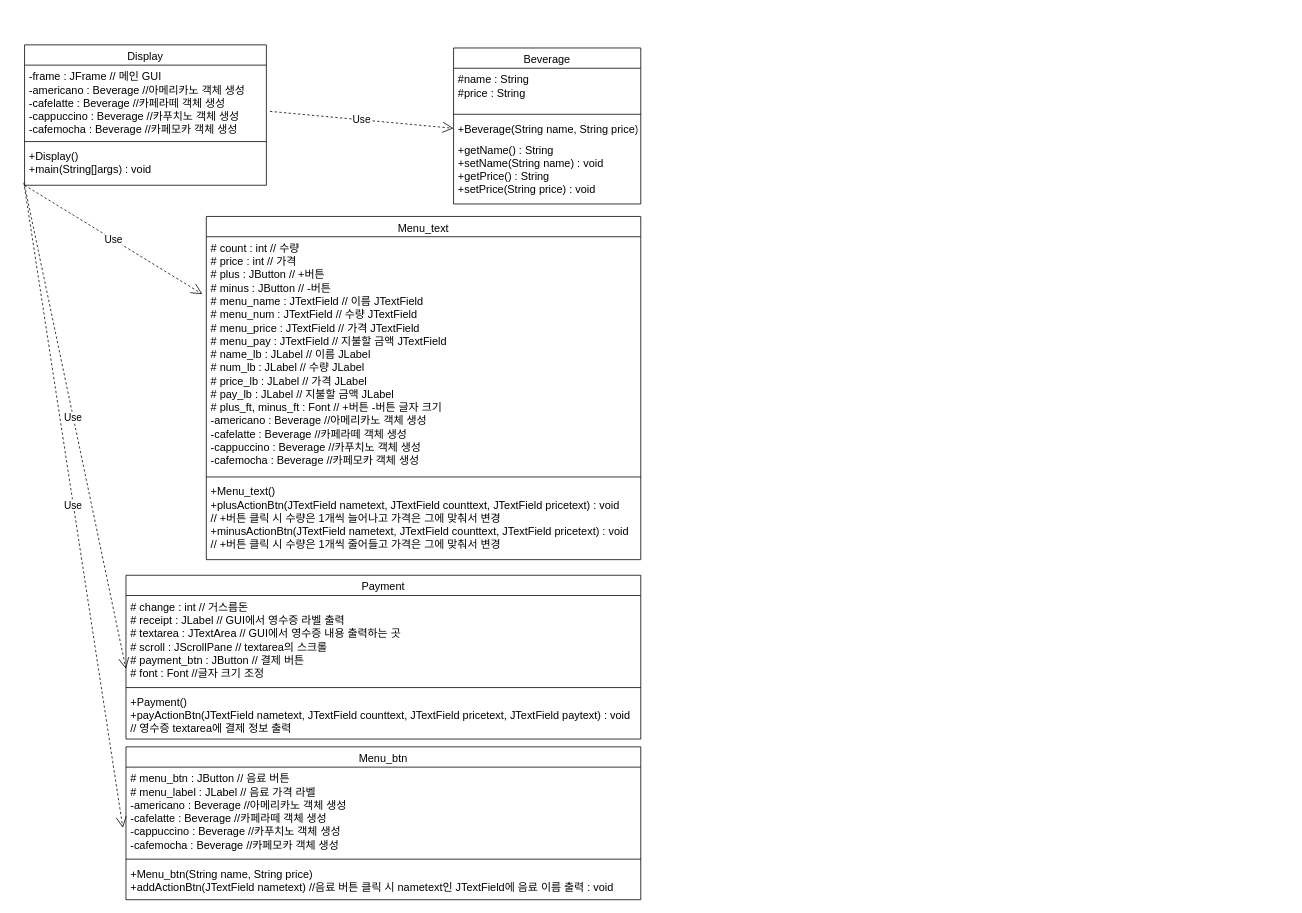
Above: Untitled Diagram.drawio in ans2568/Messenger (draw.io), before the change. Source tidied: cells renumbered, new cells numbered last; positions are measured from the earlier drawing's top-left corner, leaving out a move shared by most shapes. Both pictures are drawn from the tidied source at 78%, with x=0, y=0 at pixel (24, 44).
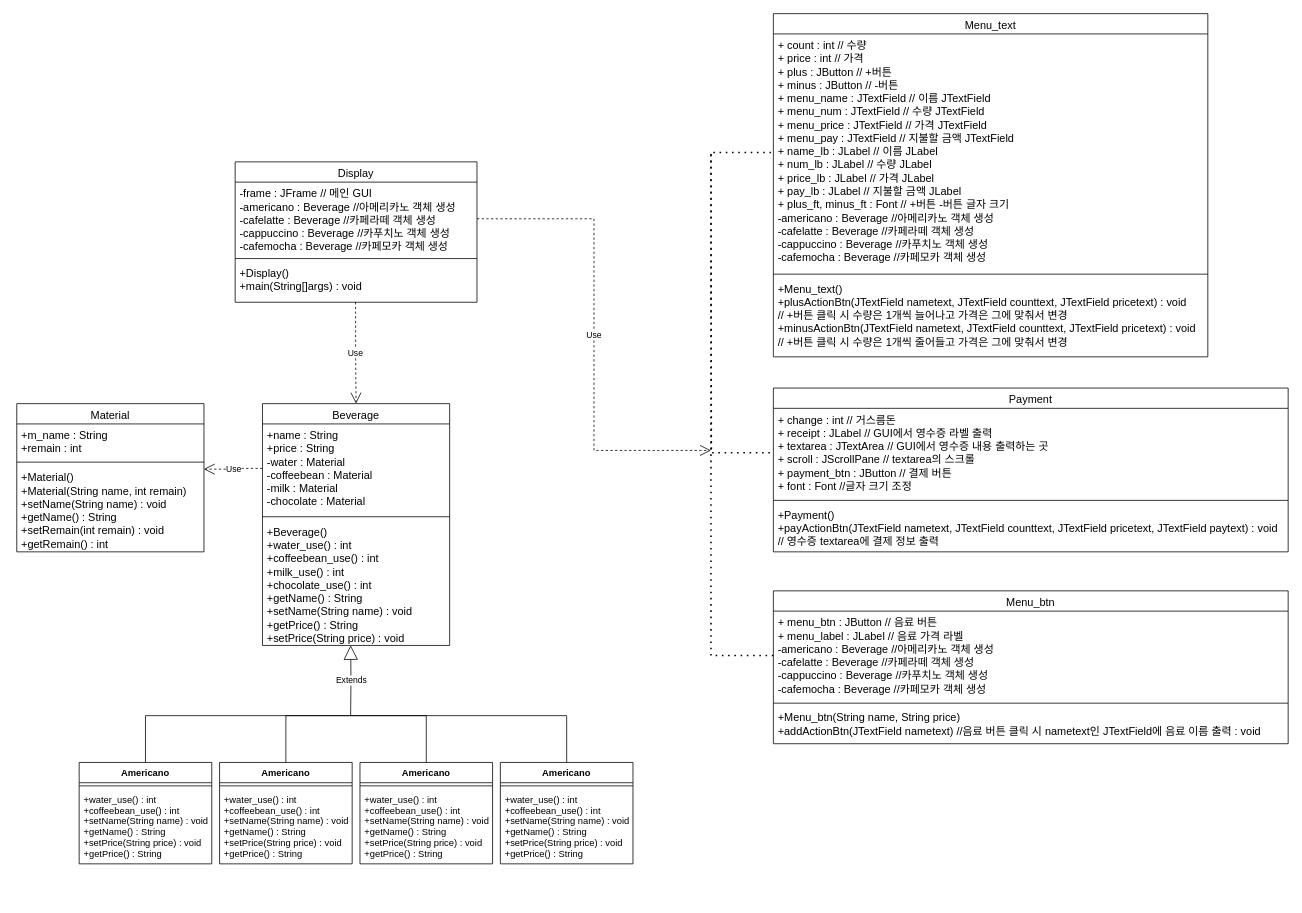
The same page after the edit.

Unchanged cells that the change refers to:
```xml
<mxCell id="8" value="-frame : JFrame // 메인 GUI&#10;-americano : Beverage //아메리카노 객체 생성&#10;-cafelatte : Beverage //카페라떼 객체 생성&#10;-cappuccino : Beverage //카푸치노 객체 생성&#10;-cafemocha : Beverage //카페모카 객체 생성" style="text;align=left;verticalAlign=top;spacingLeft=4;spacingRight=4;overflow=hidden;points=[[0,0.5],[1,0.5]];portConstraint=eastwest;fontSize=14;" parent="7" vertex="1">
  <mxGeometry y="26" width="310" height="94" as="geometry" />
</mxCell>
<mxCell id="10" value="+Display()&#10;+main(String[]args) : void" style="text;strokeColor=none;fillColor=none;align=left;verticalAlign=top;spacingLeft=4;spacingRight=4;overflow=hidden;points=[[0,0.5],[1,0.5]];portConstraint=eastwest;fontSize=14;" parent="7" vertex="1">
  <mxGeometry y="128" width="310" height="52" as="geometry" />
</mxCell>
```

Change to the diagram source:
```diff
@@
     <mxCell id="2" value="Beverage" style="swimlane;fontStyle=0;align=center;verticalAlign=top;horizontal=1;startSize=26;rounded=0;shadow=0;strokeWidth=1;fontSize=14;" parent="1" vertex="1">
-      <mxGeometry x="550" y="4" width="240" height="200" as="geometry" />
+      <mxGeometry x="305" y="460" width="240" height="310" as="geometry" />
     </mxCell>
-    <mxCell id="3" value="#name : String&#10;#price : String&#10;" style="text;align=left;verticalAlign=top;spacingLeft=4;spacingRight=4;overflow=hidden;points=[[0,0.5],[1,0.5]];portConstraint=eastwest;fontSize=14;" parent="2" vertex="1">
-      <mxGeometry y="26" width="240" height="54" as="geometry" />
+    <mxCell id="3" value="+name : String&#10;+price : String&#10;-water : Material&#10;-coffeebean : Material&#10;-milk : Material&#10;-chocolate : Material" style="text;align=left;verticalAlign=top;spacingLeft=4;spacingRight=4;overflow=hidden;points=[[0,0.5],[1,0.5]];portConstraint=eastwest;fontSize=14;" parent="2" vertex="1">
+      <mxGeometry y="26" width="240" height="114" as="geometry" />
     </mxCell>
     <mxCell id="4" style="line;html=1;strokeWidth=1;align=left;verticalAlign=middle;spacingTop=-1;spacingLeft=3;spacingRight=3;labelPosition=right;fontSize=14;" parent="2" vertex="1">
-      <mxGeometry y="80" width="240" height="10" as="geometry" />
+      <mxGeometry y="140" width="240" height="10" as="geometry" />
     </mxCell>
-    <mxCell id="5" value="+Beverage(String name, String price)" style="text;align=left;verticalAlign=top;spacingLeft=4;spacingRight=4;overflow=hidden;points=[[0,0.5],[1,0.5]];portConstraint=eastwest;fontSize=14;" parent="2" vertex="1">
-      <mxGeometry y="90" width="240" height="26" as="geometry" />
-    </mxCell>
-    <mxCell id="6" value="+getName() : String&#10;+setName(String name) : void&#10;+getPrice() : String&#10;+setPrice(String price) : void" style="text;align=left;verticalAlign=top;spacingLeft=4;spacingRight=4;overflow=hidden;points=[[0,0.5],[1,0.5]];portConstraint=eastwest;fontSize=14;" parent="2" vertex="1">
-      <mxGeometry y="116" width="240" height="76" as="geometry" />
+    <mxCell id="6" value="+Beverage()&#10;+water_use() : int&#10;+coffeebean_use() : int&#10;+milk_use() : int&#10;+chocolate_use() : int&#10;+getName() : String&#10;+setName(String name) : void&#10;+getPrice() : String&#10;+setPrice(String price) : void" style="text;align=left;verticalAlign=top;spacingLeft=4;spacingRight=4;overflow=hidden;points=[[0,0.5],[1,0.5]];portConstraint=eastwest;fontSize=14;" parent="2" vertex="1">
+      <mxGeometry y="150" width="240" height="160" as="geometry" />
     </mxCell>
     <mxCell id="7" value="Display" style="swimlane;fontStyle=0;align=center;verticalAlign=top;horizontal=1;startSize=26;rounded=0;shadow=0;strokeWidth=1;fontSize=14;" parent="1" vertex="1">
-      <mxGeometry width="310" height="180" as="geometry" />
+      <mxGeometry x="270" y="150" width="310" height="180" as="geometry" />
     </mxCell>
@@
     <mxCell id="11" value="Payment" style="swimlane;fontStyle=0;align=center;verticalAlign=top;horizontal=1;startSize=26;rounded=0;shadow=0;strokeWidth=1;fontSize=14;" parent="1" vertex="1">
-      <mxGeometry x="130" y="680" width="660" height="210" as="geometry" />
+      <mxGeometry x="960" y="440" width="660" height="210" as="geometry" />
     </mxCell>
-    <mxCell id="12" value="# change : int // 거스름돈&#10;# receipt : JLabel // GUI에서 영수증 라벨 출력&#10;# textarea : JTextArea // GUI에서 영수증 내용 출력하는 곳&#10;# scroll : JScrollPane // textarea의 스크롤&#10;# payment_btn : JButton // 결제 버튼&#10;# font : Font //글자 크기 조정" style="text;align=left;verticalAlign=top;spacingLeft=4;spacingRight=4;overflow=hidden;points=[[0,0.5],[1,0.5]];portConstraint=eastwest;fontSize=14;" parent="11" vertex="1">
+    <mxCell id="12" value="+ change : int // 거스름돈&#10;+ receipt : JLabel // GUI에서 영수증 라벨 출력&#10;+ textarea : JTextArea // GUI에서 영수증 내용 출력하는 곳&#10;+ scroll : JScrollPane // textarea의 스크롤&#10;+ payment_btn : JButton // 결제 버튼&#10;+ font : Font //글자 크기 조정" style="text;align=left;verticalAlign=top;spacingLeft=4;spacingRight=4;overflow=hidden;points=[[0,0.5],[1,0.5]];portConstraint=eastwest;fontSize=14;" parent="11" vertex="1">
       <mxGeometry y="26" width="660" height="114" as="geometry" />
     </mxCell>
@@
-    <mxCell id="15" value="Use" style="endArrow=open;endSize=12;dashed=1;html=1;fontSize=13;exitX=1.015;exitY=0.631;exitDx=0;exitDy=0;entryX=0;entryY=0.5;entryDx=0;entryDy=0;exitPerimeter=0;" parent="1" edge="1" source="8" target="5">
-      <mxGeometry relative="1" as="geometry" />
-    </mxCell>
     <mxCell id="16" value="Menu_btn" style="swimlane;fontStyle=0;align=center;verticalAlign=top;horizontal=1;startSize=26;rounded=0;shadow=0;strokeWidth=1;fontSize=14;" parent="1" vertex="1">
-      <mxGeometry x="130" y="900" width="660" height="196" as="geometry" />
+      <mxGeometry x="960" y="700" width="660" height="196" as="geometry" />
     </mxCell>
-    <mxCell id="17" value="# menu_btn : JButton // 음료 버튼&#10;# menu_label : JLabel // 음료 가격 라벨&#10;-americano : Beverage //아메리카노 객체 생성&#10;-cafelatte : Beverage //카페라떼 객체 생성&#10;-cappuccino : Beverage //카푸치노 객체 생성&#10;-cafemocha : Beverage //카페모카 객체 생성" style="text;align=left;verticalAlign=top;spacingLeft=4;spacingRight=4;overflow=hidden;points=[[0,0.5],[1,0.5]];portConstraint=eastwest;fontSize=14;" parent="16" vertex="1">
+    <mxCell id="17" value="+ menu_btn : JButton // 음료 버튼&#10;+ menu_label : JLabel // 음료 가격 라벨&#10;-americano : Beverage //아메리카노 객체 생성&#10;-cafelatte : Beverage //카페라떼 객체 생성&#10;-cappuccino : Beverage //카푸치노 객체 생성&#10;-cafemocha : Beverage //카페모카 객체 생성" style="text;align=left;verticalAlign=top;spacingLeft=4;spacingRight=4;overflow=hidden;points=[[0,0.5],[1,0.5]];portConstraint=eastwest;fontSize=14;" parent="16" vertex="1">
       <mxGeometry y="26" width="660" height="114" as="geometry" />
     </mxCell>
@@
     <mxCell id="20" value="Menu_text" style="swimlane;fontStyle=0;align=center;verticalAlign=top;horizontal=1;startSize=26;rounded=0;shadow=0;strokeWidth=1;fontSize=14;" parent="1" vertex="1">
-      <mxGeometry x="233" y="220" width="557" height="440" as="geometry" />
+      <mxGeometry x="960" y="-40" width="557" height="440" as="geometry" />
     </mxCell>
-    <mxCell id="21" value="# count : int // 수량&#10;# price : int // 가격&#10;# plus : JButton // +버튼&#10;# minus : JButton // -버튼&#10;# menu_name : JTextField // 이름 JTextField&#10;# menu_num : JTextField // 수량 JTextField&#10;# menu_price : JTextField // 가격 JTextField&#10;# menu_pay : JTextField // 지불할 금액 JTextField&#10;# name_lb : JLabel // 이름 JLabel&#10;# num_lb : JLabel // 수량 JLabel&#10;# price_lb : JLabel // 가격 JLabel&#10;# pay_lb : JLabel // 지불할 금액 JLabel&#10;# plus_ft, minus_ft : Font // +버튼 -버튼 글자 크기&#10;-americano : Beverage //아메리카노 객체 생성&#10;-cafelatte : Beverage //카페라떼 객체 생성&#10;-cappuccino : Beverage //카푸치노 객체 생성&#10;-cafemocha : Beverage //카페모카 객체 생성" style="text;align=left;verticalAlign=top;spacingLeft=4;spacingRight=4;overflow=hidden;points=[[0,0.5],[1,0.5]];portConstraint=eastwest;fontSize=14;" parent="20" vertex="1">
+    <mxCell id="21" value="+ count : int // 수량&#10;+ price : int // 가격&#10;+ plus : JButton // +버튼&#10;+ minus : JButton // -버튼&#10;+ menu_name : JTextField // 이름 JTextField&#10;+ menu_num : JTextField // 수량 JTextField&#10;+ menu_price : JTextField // 가격 JTextField&#10;+ menu_pay : JTextField // 지불할 금액 JTextField&#10;+ name_lb : JLabel // 이름 JLabel&#10;+ num_lb : JLabel // 수량 JLabel&#10;+ price_lb : JLabel // 가격 JLabel&#10;+ pay_lb : JLabel // 지불할 금액 JLabel&#10;+ plus_ft, minus_ft : Font // +버튼 -버튼 글자 크기&#10;-americano : Beverage //아메리카노 객체 생성&#10;-cafelatte : Beverage //카페라떼 객체 생성&#10;-cappuccino : Beverage //카푸치노 객체 생성&#10;-cafemocha : Beverage //카페모카 객체 생성" style="text;align=left;verticalAlign=top;spacingLeft=4;spacingRight=4;overflow=hidden;points=[[0,0.5],[1,0.5]];portConstraint=eastwest;fontSize=14;" parent="20" vertex="1">
       <mxGeometry y="26" width="557" height="304" as="geometry" />
     </mxCell>
@@
-    <mxCell id="24" value="Use" style="endArrow=open;endSize=12;dashed=1;html=1;fontSize=13;entryX=-0.009;entryY=0.242;entryDx=0;entryDy=0;entryPerimeter=0;" parent="1" edge="1" target="21">
-      <mxGeometry relative="1" as="geometry">
-        <mxPoint y="180" as="sourcePoint" />
-      </mxGeometry>
-    </mxCell>
-    <mxCell id="25" value="Use" style="endArrow=open;endSize=12;dashed=1;html=1;fontSize=13;entryX=-0.006;entryY=0.683;entryDx=0;entryDy=0;entryPerimeter=0;exitX=-0.003;exitY=0.937;exitDx=0;exitDy=0;exitPerimeter=0;" parent="1" edge="1" source="10" target="17">
-      <mxGeometry relative="1" as="geometry" />
-    </mxCell>
-    <mxCell id="26" value="Use" style="endArrow=open;endSize=12;dashed=1;html=1;fontSize=13;entryX=0;entryY=0.825;entryDx=0;entryDy=0;entryPerimeter=0;" parent="1" edge="1" target="12">
-      <mxGeometry x="-0.04" relative="1" as="geometry">
-        <mxPoint y="180" as="sourcePoint" />
-      </mxGeometry>
-    </mxCell>
+    <mxCell id="27" value="Americano" style="swimlane;fontStyle=1;align=center;verticalAlign=top;horizontal=1;startSize=26;" parent="1" vertex="1">
+      <mxGeometry x="70" y="920" width="170" height="130" as="geometry" />
+    </mxCell>
+    <mxCell id="28" style="line;strokeWidth=1;fillColor=none;align=left;verticalAlign=middle;spacingTop=-1;spacingLeft=3;spacingRight=3;labelPosition=right;" parent="27" vertex="1">
+      <mxGeometry y="26" width="170" height="8" as="geometry" />
+    </mxCell>
+    <mxCell id="29" value="+water_use() : int&#10;+coffeebean_use() : int&#10;+setName(String name) : void&#10;+getName() : String&#10;+setPrice(String price) : void&#10;+getPrice() : String" style="text;strokeColor=none;fillColor=none;align=left;verticalAlign=top;spacingLeft=4;spacingRight=4;overflow=hidden;" parent="27" vertex="1">
+      <mxGeometry y="34" width="170" height="96" as="geometry" />
+    </mxCell>
+    <mxCell id="30" value="Americano" style="swimlane;fontStyle=1;align=center;verticalAlign=top;horizontal=1;startSize=26;" parent="1" vertex="1">
+      <mxGeometry x="250" y="920" width="170" height="130" as="geometry" />
+    </mxCell>
+    <mxCell id="31" style="line;strokeWidth=1;fillColor=none;align=left;verticalAlign=middle;spacingTop=-1;spacingLeft=3;spacingRight=3;labelPosition=right;" parent="30" vertex="1">
+      <mxGeometry y="26" width="170" height="8" as="geometry" />
+    </mxCell>
+    <mxCell id="32" value="+water_use() : int&#10;+coffeebean_use() : int&#10;+setName(String name) : void&#10;+getName() : String&#10;+setPrice(String price) : void&#10;+getPrice() : String" style="text;strokeColor=none;fillColor=none;align=left;verticalAlign=top;spacingLeft=4;spacingRight=4;overflow=hidden;" parent="30" vertex="1">
+      <mxGeometry y="34" width="170" height="96" as="geometry" />
+    </mxCell>
+    <mxCell id="33" value="Americano" style="swimlane;fontStyle=1;align=center;verticalAlign=top;horizontal=1;startSize=26;" parent="1" vertex="1">
+      <mxGeometry x="430" y="920" width="170" height="130" as="geometry" />
+    </mxCell>
+    <mxCell id="34" style="line;strokeWidth=1;fillColor=none;align=left;verticalAlign=middle;spacingTop=-1;spacingLeft=3;spacingRight=3;labelPosition=right;" parent="33" vertex="1">
+      <mxGeometry y="26" width="170" height="8" as="geometry" />
+    </mxCell>
+    <mxCell id="35" value="+water_use() : int&#10;+coffeebean_use() : int&#10;+setName(String name) : void&#10;+getName() : String&#10;+setPrice(String price) : void&#10;+getPrice() : String" style="text;strokeColor=none;fillColor=none;align=left;verticalAlign=top;spacingLeft=4;spacingRight=4;overflow=hidden;" parent="33" vertex="1">
+      <mxGeometry y="34" width="170" height="96" as="geometry" />
+    </mxCell>
+    <mxCell id="36" value="Americano" style="swimlane;fontStyle=1;align=center;verticalAlign=top;horizontal=1;startSize=26;" parent="1" vertex="1">
+      <mxGeometry x="610" y="920" width="170" height="130" as="geometry" />
+    </mxCell>
+    <mxCell id="37" style="line;strokeWidth=1;fillColor=none;align=left;verticalAlign=middle;spacingTop=-1;spacingLeft=3;spacingRight=3;labelPosition=right;" parent="36" vertex="1">
+      <mxGeometry y="26" width="170" height="8" as="geometry" />
+    </mxCell>
+    <mxCell id="38" value="+water_use() : int&#10;+coffeebean_use() : int&#10;+setName(String name) : void&#10;+getName() : String&#10;+setPrice(String price) : void&#10;+getPrice() : String" style="text;strokeColor=none;fillColor=none;align=left;verticalAlign=top;spacingLeft=4;spacingRight=4;overflow=hidden;" parent="36" vertex="1">
+      <mxGeometry y="34" width="170" height="96" as="geometry" />
+    </mxCell>
+    <mxCell id="39" value="Material" style="swimlane;fontStyle=0;align=center;verticalAlign=top;horizontal=1;startSize=26;rounded=0;shadow=0;strokeWidth=1;fontSize=14;" parent="1" vertex="1">
+      <mxGeometry x="-10" y="460" width="240" height="190" as="geometry" />
+    </mxCell>
+    <mxCell id="40" value="+m_name : String&#10;+remain : int" style="text;align=left;verticalAlign=top;spacingLeft=4;spacingRight=4;overflow=hidden;fontSize=14;" parent="39" vertex="1">
+      <mxGeometry y="26" width="240" height="44" as="geometry" />
+    </mxCell>
+    <mxCell id="41" style="line;html=1;strokeWidth=1;align=left;verticalAlign=middle;spacingTop=-1;spacingLeft=3;spacingRight=3;labelPosition=right;fontSize=14;" parent="39" vertex="1">
+      <mxGeometry y="70" width="240" height="10" as="geometry" />
+    </mxCell>
+    <mxCell id="42" value="+Material()&#10;+Material(String name, int remain)&#10;+setName(String name) : void&#10;+getName() : String&#10;+setRemain(int remain) : void&#10;+getRemain() : int" style="text;align=left;verticalAlign=top;spacingLeft=4;spacingRight=4;overflow=hidden;points=[[0,0.5],[1,0.5]];portConstraint=eastwest;fontSize=14;" parent="39" vertex="1">
+      <mxGeometry y="80" width="240" height="110" as="geometry" />
+    </mxCell>
+    <mxCell id="43" value="Extends" style="endArrow=block;endSize=16;endFill=0;html=1;rounded=0;edgeStyle=orthogonalEdgeStyle;entryX=0.471;entryY=0.999;entryDx=0;entryDy=0;entryPerimeter=0;" parent="1" edge="1" target="6">
+      <mxGeometry relative="1" as="geometry">
+        <mxPoint x="418" y="860" as="sourcePoint" />
+      </mxGeometry>
+    </mxCell>
+    <mxCell id="44" style="endArrow=none;html=1;rounded=0;edgeStyle=orthogonalEdgeStyle;exitX=0.5;exitY=0;exitDx=0;exitDy=0;entryX=0.5;entryY=0;entryDx=0;entryDy=0;" parent="1" edge="1" source="27" target="36">
+      <mxGeometry relative="1" as="geometry">
+        <Array as="points">
+          <mxPoint x="155" y="860" />
+          <mxPoint x="695" y="860" />
+        </Array>
+      </mxGeometry>
+    </mxCell>
+    <mxCell id="45" style="endArrow=none;html=1;rounded=0;edgeStyle=orthogonalEdgeStyle;exitX=0.5;exitY=0;exitDx=0;exitDy=0;entryX=0.5;entryY=0;entryDx=0;entryDy=0;" parent="1" edge="1" source="30" target="33">
+      <mxGeometry relative="1" as="geometry">
+        <Array as="points">
+          <mxPoint x="335" y="860" />
+          <mxPoint x="515" y="860" />
+        </Array>
+      </mxGeometry>
+    </mxCell>
+    <mxCell id="46" value="Use" style="endArrow=open;endSize=12;dashed=1;html=1;rounded=0;edgeStyle=orthogonalEdgeStyle;exitX=0;exitY=0.5;exitDx=0;exitDy=0;entryX=0.999;entryY=0.036;entryDx=0;entryDy=0;entryPerimeter=0;" parent="1" edge="1" source="3" target="42">
+      <mxGeometry relative="1" as="geometry" />
+    </mxCell>
+    <mxCell id="47" style="endArrow=none;dashed=1;html=1;dashPattern=1 3;strokeWidth=2;rounded=0;edgeStyle=orthogonalEdgeStyle;entryX=0;entryY=0.5;entryDx=0;entryDy=0;exitX=0;exitY=0.5;exitDx=0;exitDy=0;" parent="1" edge="1" source="17" target="21">
+      <mxGeometry relative="1" as="geometry">
+        <Array as="points">
+          <mxPoint x="880" y="783" />
+          <mxPoint x="880" y="138" />
+        </Array>
+      </mxGeometry>
+    </mxCell>
+    <mxCell id="48" style="endArrow=none;dashed=1;html=1;dashPattern=1 3;strokeWidth=2;rounded=0;edgeStyle=orthogonalEdgeStyle;entryX=0;entryY=0.5;entryDx=0;entryDy=0;" parent="1" edge="1" target="12">
+      <mxGeometry relative="1" as="geometry">
+        <mxPoint x="880" y="140" as="sourcePoint" />
+      </mxGeometry>
+    </mxCell>
+    <mxCell id="49" value="Use" style="endArrow=open;endSize=12;dashed=1;html=1;rounded=0;edgeStyle=orthogonalEdgeStyle;exitX=1;exitY=0.5;exitDx=0;exitDy=0;" parent="1" edge="1" source="8">
+      <mxGeometry relative="1" as="geometry">
+        <mxPoint x="880" y="520" as="targetPoint" />
+        <Array as="points">
+          <mxPoint x="730" y="223" />
+          <mxPoint x="730" y="520" />
+        </Array>
+      </mxGeometry>
+    </mxCell>
+    <mxCell id="50" value="Use" style="endArrow=open;endSize=12;dashed=1;html=1;rounded=0;edgeStyle=orthogonalEdgeStyle;exitX=0.498;exitY=0.997;exitDx=0;exitDy=0;entryX=0.5;entryY=0;entryDx=0;entryDy=0;exitPerimeter=0;" parent="1" edge="1" source="10" target="2">
+      <mxGeometry relative="1" as="geometry" />
+    </mxCell>
```
